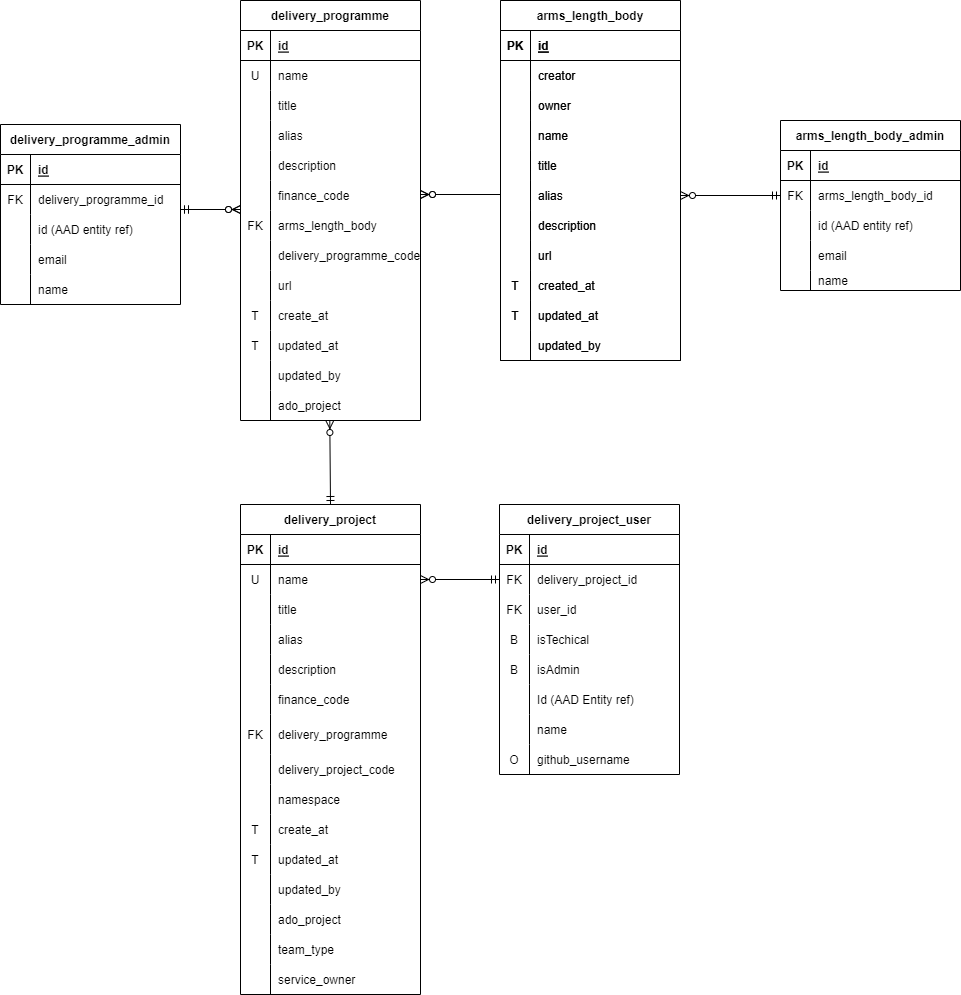
Earlier version of the draw.io export docs/images/diagrams/portal-db.png (DEFRA/adp-documentation). Source tidied: cells renumbered, new cells last; positions are measured from the earlier drawing's top-left corner, leaving out a move shared by most shapes.
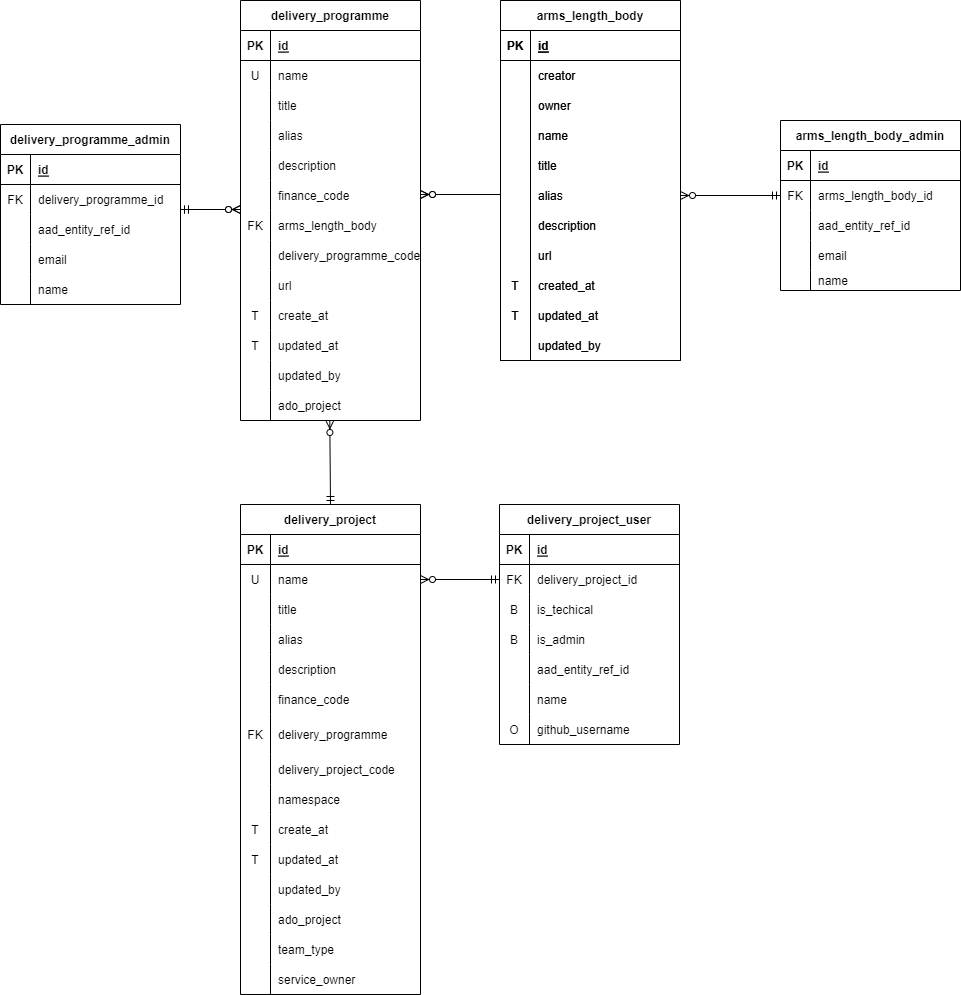
The same diagram one commit later.

What changed in the source:
```diff
@@ -260,7 +260,7 @@
       <mxGeometry x="30" width="150" height="30" as="geometry" />
     </mxCell>
     <mxCell id="85" value="delivery_project_user" style="shape=table;startSize=30;rowLines=0;fontStyle=1;align=center;strokeColor=#000000;fontColor=#000000;fillColor=#FFFFFF;" parent="1" vertex="1">
-      <mxGeometry x="499" y="504" width="180" height="270" as="geometry" />
+      <mxGeometry x="499" y="504" width="180" height="240" as="geometry" />
     </mxCell>
     <mxCell id="86" style="shape=tableRow;horizontal=0;startSize=0;swimlaneHead=0;swimlaneBody=0;fillColor=none;top=0;left=0;right=0;bottom=1;fontColor=#000000;" parent="85" vertex="1">
       <mxGeometry y="30" width="180" height="30" as="geometry" />
@@ -280,44 +280,35 @@
     <mxCell id="91" value="delivery_project_id" style="shape=partialRectangle;fillColor=none;top=0;left=0;bottom=0;right=0;align=left;spacingLeft=6;overflow=hidden;fontColor=#000000;" parent="89" vertex="1">
       <mxGeometry x="30" width="150" height="30" as="geometry" />
     </mxCell>
-    <mxCell id="92" style="shape=tableRow;horizontal=0;startSize=0;swimlaneHead=0;swimlaneBody=0;fillColor=none;top=0;left=0;right=0;bottom=0;fontColor=#000000;" parent="85" vertex="1">
-      <mxGeometry y="90" width="180" height="30" as="geometry" />
-    </mxCell>
-    <mxCell id="93" value="FK" style="shape=partialRectangle;fillColor=none;top=0;left=0;bottom=0;right=0;overflow=hidden;fontColor=#000000;" parent="92" vertex="1">
-      <mxGeometry width="30" height="30" as="geometry" />
-    </mxCell>
-    <mxCell id="94" value="user_id" style="shape=partialRectangle;fillColor=none;top=0;left=0;bottom=0;right=0;align=left;spacingLeft=6;overflow=hidden;fontColor=#000000;" parent="92" vertex="1">
-      <mxGeometry x="30" width="150" height="30" as="geometry" />
-    </mxCell>
     <mxCell id="95" style="shape=tableRow;horizontal=0;startSize=0;swimlaneHead=0;swimlaneBody=0;fillColor=none;top=0;left=0;right=0;bottom=0;labelBackgroundColor=none;fontColor=#000000;" parent="85" vertex="1">
-      <mxGeometry y="120" width="180" height="30" as="geometry" />
+      <mxGeometry y="90" width="180" height="30" as="geometry" />
     </mxCell>
     <mxCell id="96" value="B" style="shape=partialRectangle;fillColor=none;top=0;left=0;bottom=0;right=0;overflow=hidden;labelBackgroundColor=none;fontColor=#000000;" parent="95" vertex="1">
       <mxGeometry width="30" height="30" as="geometry" />
     </mxCell>
-    <mxCell id="97" value="isTechical" style="shape=partialRectangle;fillColor=none;top=0;left=0;bottom=0;right=0;align=left;spacingLeft=6;overflow=hidden;labelBackgroundColor=none;fontColor=#000000;" parent="95" vertex="1">
+    <mxCell id="97" value="is_techical" style="shape=partialRectangle;fillColor=none;top=0;left=0;bottom=0;right=0;align=left;spacingLeft=6;overflow=hidden;labelBackgroundColor=none;fontColor=#000000;" parent="95" vertex="1">
       <mxGeometry x="30" width="150" height="30" as="geometry" />
     </mxCell>
     <mxCell id="98" style="shape=tableRow;horizontal=0;startSize=0;swimlaneHead=0;swimlaneBody=0;fillColor=none;top=0;left=0;right=0;bottom=0;labelBackgroundColor=none;fontColor=#000000;" parent="85" vertex="1">
-      <mxGeometry y="150" width="180" height="30" as="geometry" />
+      <mxGeometry y="120" width="180" height="30" as="geometry" />
     </mxCell>
     <mxCell id="99" value="B" style="shape=partialRectangle;fillColor=none;top=0;left=0;bottom=0;right=0;overflow=hidden;labelBackgroundColor=none;fontColor=#000000;" parent="98" vertex="1">
       <mxGeometry width="30" height="30" as="geometry" />
     </mxCell>
-    <mxCell id="100" value="isAdmin" style="shape=partialRectangle;fillColor=none;top=0;left=0;bottom=0;right=0;align=left;spacingLeft=6;overflow=hidden;labelBackgroundColor=none;fontColor=#000000;" parent="98" vertex="1">
+    <mxCell id="100" value="is_admin" style="shape=partialRectangle;fillColor=none;top=0;left=0;bottom=0;right=0;align=left;spacingLeft=6;overflow=hidden;labelBackgroundColor=none;fontColor=#000000;" parent="98" vertex="1">
       <mxGeometry x="30" width="150" height="30" as="geometry" />
     </mxCell>
     <mxCell id="101" style="shape=tableRow;horizontal=0;startSize=0;swimlaneHead=0;swimlaneBody=0;fillColor=none;top=0;left=0;right=0;bottom=0;fontColor=#000000;" parent="85" vertex="1">
-      <mxGeometry y="180" width="180" height="30" as="geometry" />
+      <mxGeometry y="150" width="180" height="30" as="geometry" />
     </mxCell>
     <mxCell id="102" style="shape=partialRectangle;fillColor=none;top=0;left=0;bottom=0;right=0;overflow=hidden;fontColor=#000000;" parent="101" vertex="1">
       <mxGeometry width="30" height="30" as="geometry" />
     </mxCell>
-    <mxCell id="103" value="Id (AAD Entity ref)" style="shape=partialRectangle;fillColor=none;top=0;left=0;bottom=0;right=0;align=left;spacingLeft=6;overflow=hidden;fontColor=#000000;" parent="101" vertex="1">
+    <mxCell id="103" value="aad_entity_ref_id" style="shape=partialRectangle;fillColor=none;top=0;left=0;bottom=0;right=0;align=left;spacingLeft=6;overflow=hidden;fontColor=#000000;" parent="101" vertex="1">
       <mxGeometry x="30" width="150" height="30" as="geometry" />
     </mxCell>
     <mxCell id="104" style="shape=tableRow;horizontal=0;startSize=0;swimlaneHead=0;swimlaneBody=0;fillColor=none;top=0;left=0;right=0;bottom=0;fontColor=#000000;" parent="85" vertex="1">
-      <mxGeometry y="210" width="180" height="30" as="geometry" />
+      <mxGeometry y="180" width="180" height="30" as="geometry" />
     </mxCell>
     <mxCell id="105" style="shape=partialRectangle;fillColor=none;top=0;left=0;bottom=0;right=0;overflow=hidden;fontColor=#000000;" parent="104" vertex="1">
       <mxGeometry width="30" height="30" as="geometry" />
@@ -326,7 +317,7 @@
       <mxGeometry x="30" width="150" height="30" as="geometry" />
     </mxCell>
     <mxCell id="107" style="shape=tableRow;horizontal=0;startSize=0;swimlaneHead=0;swimlaneBody=0;fillColor=none;top=0;left=0;right=0;bottom=0;fontColor=#000000;" parent="85" vertex="1">
-      <mxGeometry y="240" width="180" height="30" as="geometry" />
+      <mxGeometry y="210" width="180" height="30" as="geometry" />
     </mxCell>
     <mxCell id="108" value="O" style="shape=partialRectangle;fillColor=none;top=0;left=0;bottom=0;right=0;overflow=hidden;fontColor=#000000;" parent="107" vertex="1">
       <mxGeometry width="30" height="30" as="geometry" />
@@ -478,7 +469,7 @@
     <mxCell id="155" style="shape=partialRectangle;fillColor=none;top=0;left=0;bottom=0;right=0;overflow=hidden;fontColor=#000000;" parent="154" vertex="1">
       <mxGeometry width="30" height="30" as="geometry" />
     </mxCell>
-    <mxCell id="156" value="id (AAD entity ref) " style="shape=partialRectangle;fillColor=none;top=0;left=0;bottom=0;right=0;align=left;spacingLeft=6;overflow=hidden;fontColor=#000000;" parent="154" vertex="1">
+    <mxCell id="156" value="aad_entity_ref_id" style="shape=partialRectangle;fillColor=none;top=0;left=0;bottom=0;right=0;align=left;spacingLeft=6;overflow=hidden;fontColor=#000000;" parent="154" vertex="1">
       <mxGeometry x="30" width="150" height="30" as="geometry" />
     </mxCell>
     <mxCell id="157" style="shape=tableRow;horizontal=0;startSize=0;swimlaneHead=0;swimlaneBody=0;fillColor=none;top=0;left=0;right=0;bottom=0;fontColor=#000000;" parent="147" vertex="1">
@@ -646,7 +637,7 @@
     <mxCell id="211" style="shape=partialRectangle;fillColor=none;top=0;left=0;bottom=0;right=0;overflow=hidden;fontColor=#000000;" parent="210" vertex="1">
       <mxGeometry width="30" height="30" as="geometry" />
     </mxCell>
-    <mxCell id="212" value="id (AAD entity ref) " style="shape=partialRectangle;fillColor=none;top=0;left=0;bottom=0;right=0;align=left;spacingLeft=6;overflow=hidden;fontColor=#000000;" parent="210" vertex="1">
+    <mxCell id="212" value="aad_entity_ref_id" style="shape=partialRectangle;fillColor=none;top=0;left=0;bottom=0;right=0;align=left;spacingLeft=6;overflow=hidden;fontColor=#000000;" parent="210" vertex="1">
       <mxGeometry x="30" width="150" height="30" as="geometry" />
     </mxCell>
     <mxCell id="213" style="shape=tableRow;horizontal=0;startSize=0;swimlaneHead=0;swimlaneBody=0;fillColor=none;top=0;left=0;right=0;bottom=0;fontColor=#000000;" parent="203" vertex="1">
```
